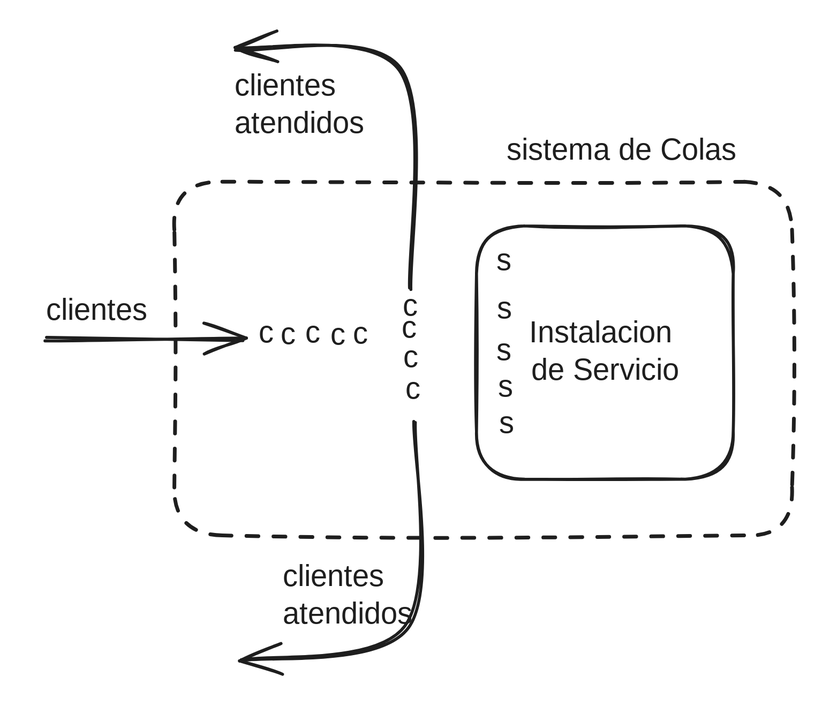
This is Logistic_notebook/.gitbook/assets/file.excalidraw (1).svg from cristianjaviercano/cristianjaviercano, a Excalidraw export, as it was before one commit. Source tidied: one line per element, renumbered; positions are measured from the earlier drawing's top-left corner, leaving out a move shared by most shapes.
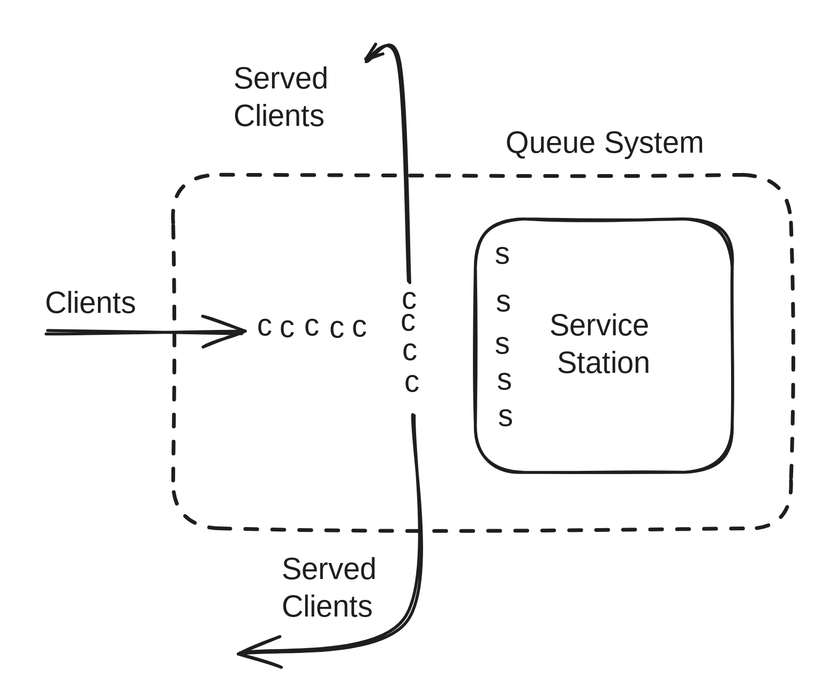
The same diagram one commit later.

Commit message:
GITBOOK-144: No subject

The edit, as a diff of the source:
```diff
@@ -1,5 +1,5 @@
 {"id": 0, "type": "rectangle", "strokeColor": "#1e1e1e", "strokeWidth": 2, "roughness": 1, "round": true, "x": 288, "y": 118, "width": 171, "height": 169}
-{"id": 1, "type": "text", "text": "Instalacion \nde Servicio", "strokeColor": "#1e1e1e", "strokeWidth": 2, "roughness": 1, "fontSize": 20, "fontFamily": 1, "textAlign": "center", "verticalAlign": "middle", "inside": 0, "x": 314, "y": 178, "width": 119, "height": 50}
+{"id": 1, "type": "text", "text": "Service \nStation", "strokeColor": "#1e1e1e", "strokeWidth": 2, "roughness": 1, "fontSize": 20, "fontFamily": 1, "textAlign": "center", "verticalAlign": "middle", "inside": 0, "x": 334, "y": 178, "width": 78, "height": 50}
 {"id": 2, "type": "text", "text": "s", "strokeColor": "#1e1e1e", "strokeWidth": 2, "roughness": 1, "fontSize": 20, "fontFamily": 1, "x": 301, "y": 130, "width": 11, "height": 25}
 {"id": 3, "type": "text", "text": "s", "strokeColor": "#1e1e1e", "strokeWidth": 2, "roughness": 1, "fontSize": 20, "fontFamily": 1, "x": 301, "y": 162, "width": 11, "height": 25}
 {"id": 4, "type": "text", "text": "s", "strokeColor": "#1e1e1e", "strokeWidth": 2, "roughness": 1, "fontSize": 20, "fontFamily": 1, "x": 301, "y": 190, "width": 11, "height": 25}
@@ -14,11 +14,11 @@
 {"id": 13, "type": "text", "text": "c", "strokeColor": "#1e1e1e", "strokeWidth": 2, "roughness": 1, "fontSize": 20, "fontFamily": 1, "x": 173, "y": 178, "width": 10, "height": 25}
 {"id": 14, "type": "text", "text": "c", "strokeColor": "#1e1e1e", "strokeWidth": 2, "roughness": 1, "fontSize": 20, "fontFamily": 1, "x": 157, "y": 179, "width": 10, "height": 25}
 {"id": 15, "type": "text", "text": "c", "strokeColor": "#1e1e1e", "strokeWidth": 2, "roughness": 1, "fontSize": 20, "fontFamily": 1, "x": 142, "y": 178, "width": 10, "height": 25}
-{"id": 16, "type": "arrow", "strokeColor": "#1e1e1e", "strokeWidth": 2, "roughness": 1, "endArrowhead": "arrow", "round": true, "from": 17, "to": 15, "x": 0, "y": 193, "width": 133, "height": 1, "points": [[0, 0], [133, 1]]}
+{"id": 16, "type": "arrow", "strokeColor": "#1e1e1e", "strokeWidth": 2, "roughness": 1, "endArrowhead": "arrow", "round": true, "from": 17, "to": 15, "x": 2, "y": 193, "width": 131, "height": 1, "points": [[0, 0], [131, 1]]}
-{"id": 17, "type": "text", "text": "clientes", "strokeColor": "#1e1e1e", "strokeWidth": 2, "roughness": 1, "fontSize": 20, "fontFamily": 1, "x": 1, "y": 163, "width": 73, "height": 25}
+{"id": 17, "type": "text", "text": "Clients", "strokeColor": "#1e1e1e", "strokeWidth": 2, "roughness": 1, "fontSize": 20, "fontFamily": 1, "x": 1, "y": 163, "width": 65, "height": 25}
 {"id": 18, "type": "arrow", "strokeColor": "#1e1e1e", "strokeWidth": 2, "roughness": 1, "endArrowhead": "arrow", "round": true, "from": 10, "x": 246, "y": 249, "width": 115, "height": 160, "points": [[0, 0], [-5, 137], [-115, 160]]}
-{"id": 19, "type": "arrow", "strokeColor": "#1e1e1e", "strokeWidth": 2, "roughness": 1, "endArrowhead": "arrow", "round": true, "from": 8, "to": 21, "x": 243, "y": 161, "width": 117, "height": 161, "points": [[0, 0], [-5, -147], [-117, -161]]}
+{"id": 19, "type": "arrow", "strokeColor": "#1e1e1e", "strokeWidth": 2, "roughness": 1, "endArrowhead": "arrow", "round": true, "from": 8, "to": 21, "x": 243, "y": 161, "width": 29, "height": 148, "points": [[0, 0], [-5, -147], [-29, -148]]}
-{"id": 20, "type": "text", "text": "clientes\natendidos", "strokeColor": "#1e1e1e", "strokeWidth": 2, "roughness": 1, "fontSize": 20, "fontFamily": 1, "x": 158, "y": 340, "width": 94, "height": 50}
+{"id": 20, "type": "text", "text": "Served\nClients", "strokeColor": "#1e1e1e", "strokeWidth": 2, "roughness": 1, "fontSize": 20, "fontFamily": 1, "x": 159, "y": 340, "width": 65, "height": 50}
-{"id": 21, "type": "text", "text": "clientes\natendidos", "strokeColor": "#1e1e1e", "strokeWidth": 2, "roughness": 1, "fontSize": 20, "fontFamily": 1, "x": 126, "y": 13, "width": 94, "height": 50}
+{"id": 21, "type": "text", "text": "Served \nClients", "strokeColor": "#1e1e1e", "strokeWidth": 2, "roughness": 1, "fontSize": 20, "fontFamily": 1, "x": 126, "y": 13, "width": 74, "height": 50}
 {"id": 22, "type": "rectangle", "strokeColor": "#1e1e1e", "strokeWidth": 2, "strokeStyle": "dashed", "roughness": 1, "round": true, "x": 86, "y": 89, "width": 412, "height": 236}
-{"id": 23, "type": "text", "text": "sistema de Colas", "strokeColor": "#1e1e1e", "strokeWidth": 2, "strokeStyle": "dashed", "roughness": 1, "fontSize": 20, "fontFamily": 1, "x": 308, "y": 56, "width": 170, "height": 25}
+{"id": 23, "type": "text", "text": "Queue System", "strokeColor": "#1e1e1e", "strokeWidth": 2, "strokeStyle": "dashed", "roughness": 1, "fontSize": 20, "fontFamily": 1, "x": 308, "y": 56, "width": 136, "height": 25}
```
